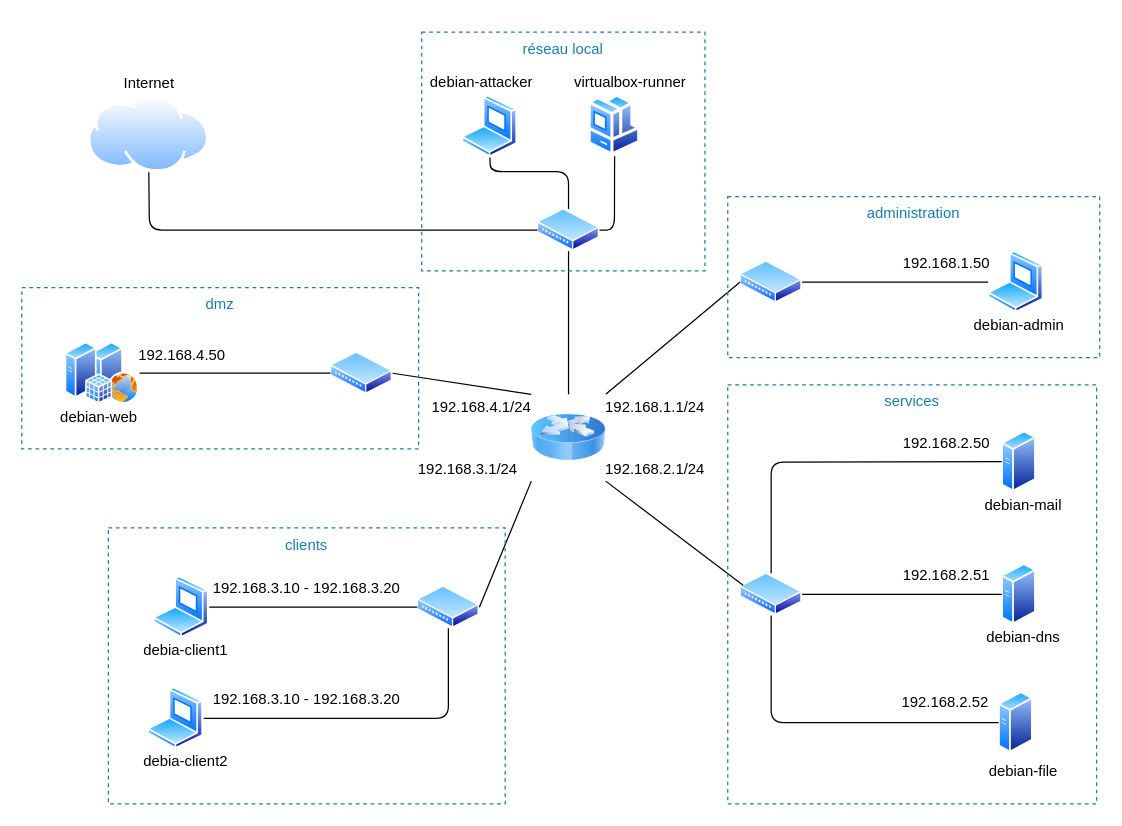
Above: audit/si.drawio in Sevla8/IT-crisis (draw.io), before the change. Source tidied: cells renumbered, new cells numbered last; positions are measured from the earlier drawing's top-left corner, leaving out a move shared by most shapes. Both pictures are drawn from the tidied source at 124%, with x=0, y=0 at pixel (21, 32).
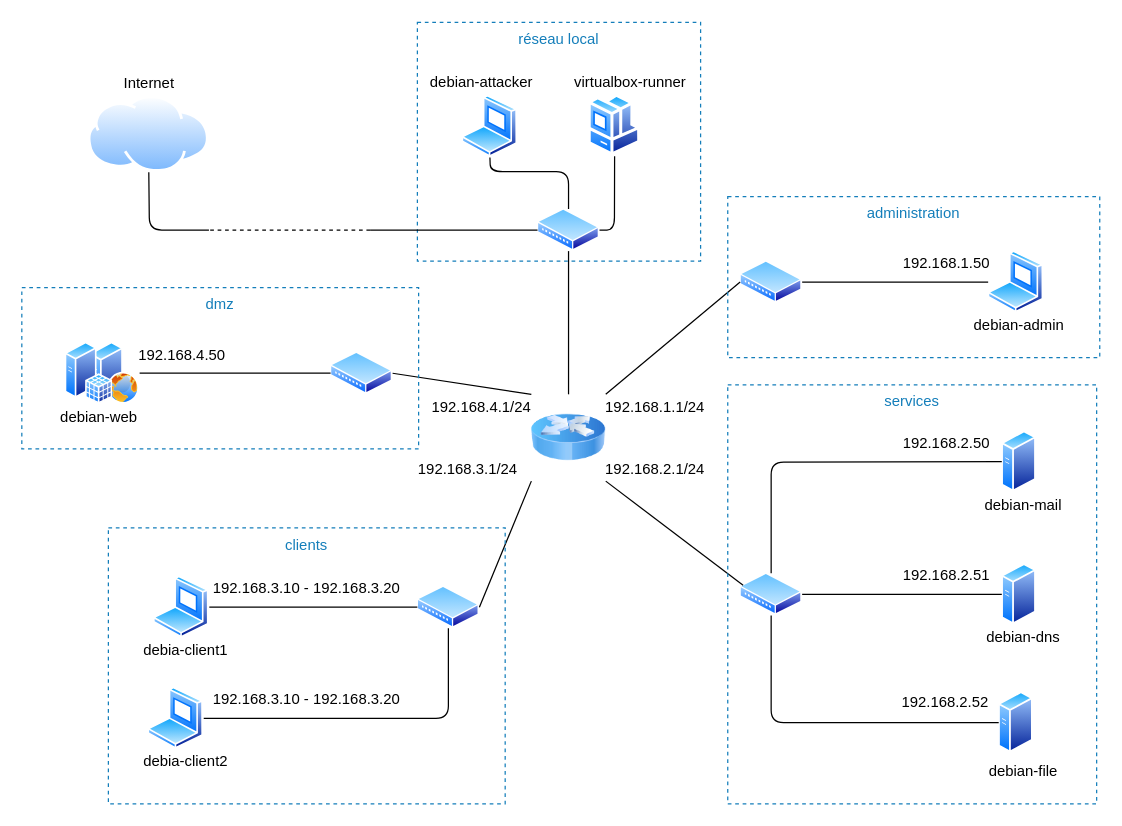
After the change.

Unchanged cells that the change refers to:
```xml
<mxCell id="39" style="perimeter=ellipsePerimeter;html=1;align=center;shadow=0;dashed=0;spacingTop=3;image;image=img/lib/active_directory/internet_cloud.svg;" parent="1" vertex="1">
  <mxGeometry x="53.7" y="51" width="97.6" height="61.5" as="geometry" />
</mxCell>
<mxCell id="52" style="perimeter=ellipsePerimeter;html=1;align=center;shadow=0;dashed=0;spacingTop=3;image;image=img/lib/active_directory/wiring_hub.svg;" parent="1" vertex="1">
  <mxGeometry x="416" y="142" width="50" height="34" as="geometry" />
</mxCell>
```

What changed in the source:
```diff
@@
-    <mxCell id="58" style="endArrow=none;html=1;entryX=0;entryY=0.5;entryDx=0;entryDy=0;exitX=0.5;exitY=1;exitDx=0;exitDy=0;" parent="1" edge="1" source="39" target="52">
+    <mxCell id="58" style="endArrow=none;html=1;exitX=0.5;exitY=1;exitDx=0;exitDy=0;" parent="1" edge="1" source="39">
       <mxGeometry relative="1" as="geometry">
+        <mxPoint x="151" y="159" as="targetPoint" />
         <Array as="points">
           <mxPoint x="103" y="159" />
-          <mxPoint x="291" y="159" />
         </Array>
       </mxGeometry>
     </mxCell>
     <mxCell id="59" value="réseau local" style="fillColor=none;strokeColor=#147EBA;dashed=1;verticalAlign=top;fontStyle=0;fontColor=#147EBA;" parent="1" vertex="1">
-      <mxGeometry x="322.6" y="-0.5" width="228.4" height="192.5" as="geometry" />
+      <mxGeometry x="319.1" y="-8.5" width="228.4" height="192.5" as="geometry" />
     </mxCell>
+    <mxCell id="60" style="endArrow=none;dashed=1;html=1;" parent="1" edge="1">
+      <mxGeometry relative="1" as="geometry">
+        <mxPoint x="281" y="159" as="sourcePoint" />
+        <mxPoint x="151" y="159" as="targetPoint" />
+      </mxGeometry>
+    </mxCell>
+    <mxCell id="61" style="endArrow=none;html=1;entryX=0;entryY=0.5;entryDx=0;entryDy=0;" parent="1" edge="1" target="52">
+      <mxGeometry relative="1" as="geometry">
+        <mxPoint x="281" y="159" as="sourcePoint" />
+      </mxGeometry>
+    </mxCell>
```
